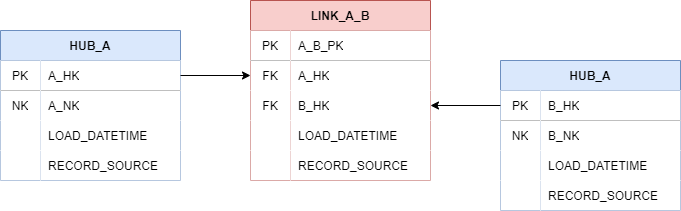
This is docs/assets/images/basic_hub_link.png from Datavault-UK/automate-dv-docs, a draw.io export, as it was before one commit. Source tidied: cells renumbered, new cells last; positions are measured from the earlier drawing's top-left corner, leaving out a move shared by most shapes.
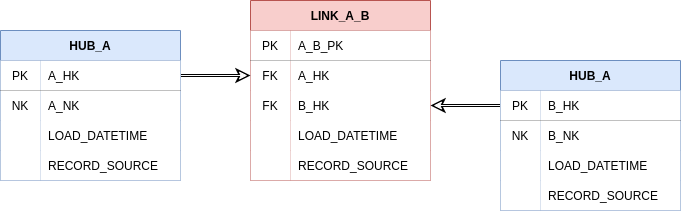
After the commit.

Commit message:
Minor diagram changes so they work in dark mode

What changed in the source:
```diff
@@ -2,137 +2,149 @@
   <root>
     <mxCell id="0" />
     <mxCell id="1" parent="0" />
-    <mxCell id="2" value="HUB_A" style="shape=table;startSize=30;rowLines=0;fontStyle=1;align=center;fillColor=#dae8fc;strokeColor=#6c8ebf;swimlaneFillColor=none;" parent="1" vertex="1">
-      <mxGeometry y="30" width="180" height="150" as="geometry" />
-    </mxCell>
-    <mxCell id="3" style="shape=partialRectangle;html=1;whiteSpace=wrap;fillColor=none;top=0;left=0;bottom=1;right=0;points=[[0,0.5],[1,0.5]];portConstraint=eastwest;" parent="2" vertex="1">
-      <mxGeometry y="30" width="180" height="30" as="geometry" />
-    </mxCell>
-    <mxCell id="4" value="PK" style="shape=partialRectangle;html=1;whiteSpace=wrap;fillColor=default;top=0;left=0;bottom=0;right=0;overflow=hidden;" parent="3" vertex="1">
-      <mxGeometry width="40" height="30" as="geometry" />
-    </mxCell>
-    <mxCell id="5" value="A_HK" style="shape=partialRectangle;html=1;whiteSpace=wrap;fillColor=default;top=0;left=0;bottom=0;right=0;align=left;spacingLeft=6;overflow=hidden;" parent="3" vertex="1">
-      <mxGeometry x="40" width="140" height="30" as="geometry" />
-    </mxCell>
-    <mxCell id="6" style="shape=partialRectangle;html=1;whiteSpace=wrap;fillColor=none;top=0;left=0;bottom=0;right=0;" parent="2" vertex="1">
-      <mxGeometry y="60" width="180" height="30" as="geometry" />
-    </mxCell>
-    <mxCell id="7" value="NK" style="shape=partialRectangle;html=1;whiteSpace=wrap;fillColor=default;top=0;left=0;bottom=0;right=0;overflow=hidden;" parent="6" vertex="1">
-      <mxGeometry width="40" height="30" as="geometry" />
-    </mxCell>
-    <mxCell id="8" value="A_NK" style="shape=partialRectangle;html=1;whiteSpace=wrap;fillColor=default;top=0;left=0;bottom=0;right=0;align=left;spacingLeft=6;overflow=hidden;" parent="6" vertex="1">
-      <mxGeometry x="40" width="140" height="30" as="geometry" />
-    </mxCell>
-    <mxCell id="9" style="shape=partialRectangle;html=1;whiteSpace=wrap;fillColor=none;top=0;left=0;bottom=0;right=0;" parent="2" vertex="1">
-      <mxGeometry y="90" width="180" height="30" as="geometry" />
-    </mxCell>
-    <mxCell id="10" style="shape=partialRectangle;html=1;whiteSpace=wrap;fillColor=default;top=0;left=0;bottom=0;right=0;overflow=hidden;" parent="9" vertex="1">
-      <mxGeometry width="40" height="30" as="geometry" />
-    </mxCell>
-    <mxCell id="11" value="LOAD_DATETIME" style="shape=partialRectangle;html=1;whiteSpace=wrap;fillColor=default;top=0;left=0;bottom=0;right=0;align=left;spacingLeft=6;overflow=hidden;" parent="9" vertex="1">
-      <mxGeometry x="40" width="140" height="30" as="geometry" />
-    </mxCell>
-    <mxCell id="12" style="shape=partialRectangle;html=1;whiteSpace=wrap;fillColor=none;top=0;left=0;bottom=0;right=0;" parent="2" vertex="1">
-      <mxGeometry y="120" width="180" height="30" as="geometry" />
-    </mxCell>
-    <mxCell id="13" style="shape=partialRectangle;html=1;whiteSpace=wrap;fillColor=default;top=0;left=0;bottom=0;right=0;overflow=hidden;" parent="12" vertex="1">
-      <mxGeometry width="40" height="30" as="geometry" />
-    </mxCell>
-    <mxCell id="14" value="RECORD_SOURCE" style="shape=partialRectangle;html=1;whiteSpace=wrap;fillColor=default;top=0;left=0;bottom=0;right=0;align=left;spacingLeft=6;overflow=hidden;" parent="12" vertex="1">
-      <mxGeometry x="40" width="140" height="30" as="geometry" />
-    </mxCell>
-    <mxCell id="15" value="LINK_A_B" style="shape=table;startSize=30;rowLines=0;fontStyle=1;align=center;fillColor=#f8cecc;strokeColor=#b85450;swimlaneFillColor=none;" parent="1" vertex="1">
+    <mxCell id="15" value="LINK_A_B" style="shape=table;startSize=30;rowLines=0;fontStyle=1;align=center;swimlaneFillColor=none;fillColor=#f8cecc;strokeColor=#b85450;" parent="1" vertex="1">
       <mxGeometry x="250" width="180" height="180" as="geometry" />
     </mxCell>
     <mxCell id="16" style="shape=partialRectangle;html=1;whiteSpace=wrap;fillColor=none;top=0;left=0;bottom=1;right=0;" parent="15" vertex="1">
       <mxGeometry y="30" width="180" height="30" as="geometry" />
     </mxCell>
-    <mxCell id="17" value="PK" style="shape=partialRectangle;html=1;whiteSpace=wrap;fillColor=default;top=0;left=0;bottom=0;right=0;overflow=hidden;" parent="16" vertex="1">
+    <mxCell id="17" value="PK" style="shape=partialRectangle;html=1;whiteSpace=wrap;top=0;left=0;bottom=0;right=0;overflow=hidden;" parent="16" vertex="1">
       <mxGeometry width="40" height="30" as="geometry" />
     </mxCell>
-    <mxCell id="18" value="A_B_PK" style="shape=partialRectangle;html=1;whiteSpace=wrap;fillColor=default;top=0;left=0;bottom=0;right=0;align=left;spacingLeft=6;overflow=hidden;" parent="16" vertex="1">
+    <mxCell id="18" value="A_B_PK" style="shape=partialRectangle;html=1;whiteSpace=wrap;top=0;left=0;bottom=0;right=0;align=left;spacingLeft=6;overflow=hidden;" parent="16" vertex="1">
       <mxGeometry x="40" width="140" height="30" as="geometry" />
     </mxCell>
     <mxCell id="19" style="shape=partialRectangle;html=1;whiteSpace=wrap;fillColor=none;top=0;left=0;bottom=0;right=0;points=[[0,0.5],[1,0.5]];portConstraint=eastwest;" parent="15" vertex="1">
       <mxGeometry y="60" width="180" height="30" as="geometry" />
     </mxCell>
-    <mxCell id="20" value="FK" style="shape=partialRectangle;html=1;whiteSpace=wrap;fillColor=default;top=0;left=0;bottom=0;right=0;overflow=hidden;" parent="19" vertex="1">
+    <mxCell id="20" value="FK" style="shape=partialRectangle;html=1;whiteSpace=wrap;top=0;left=0;bottom=0;right=0;overflow=hidden;" parent="19" vertex="1">
       <mxGeometry width="40" height="30" as="geometry" />
     </mxCell>
-    <mxCell id="21" value="A_HK" style="shape=partialRectangle;html=1;whiteSpace=wrap;fillColor=default;top=0;left=0;bottom=0;right=0;align=left;spacingLeft=6;overflow=hidden;" parent="19" vertex="1">
+    <mxCell id="21" value="A_HK" style="shape=partialRectangle;html=1;whiteSpace=wrap;top=0;left=0;bottom=0;right=0;align=left;spacingLeft=6;overflow=hidden;" parent="19" vertex="1">
       <mxGeometry x="40" width="140" height="30" as="geometry" />
     </mxCell>
     <mxCell id="22" style="shape=partialRectangle;html=1;whiteSpace=wrap;fillColor=none;top=0;left=0;bottom=0;right=0;points=[[0,0.5],[1,0.5]];portConstraint=eastwest;" parent="15" vertex="1">
       <mxGeometry y="90" width="180" height="30" as="geometry" />
     </mxCell>
-    <mxCell id="23" value="FK" style="shape=partialRectangle;html=1;whiteSpace=wrap;fillColor=default;top=0;left=0;bottom=0;right=0;overflow=hidden;" parent="22" vertex="1">
+    <mxCell id="23" value="FK" style="shape=partialRectangle;html=1;whiteSpace=wrap;top=0;left=0;bottom=0;right=0;overflow=hidden;" parent="22" vertex="1">
       <mxGeometry width="40" height="30" as="geometry" />
     </mxCell>
-    <mxCell id="24" value="B_HK" style="shape=partialRectangle;html=1;whiteSpace=wrap;fillColor=default;top=0;left=0;bottom=0;right=0;align=left;spacingLeft=6;overflow=hidden;" parent="22" vertex="1">
+    <mxCell id="24" value="B_HK" style="shape=partialRectangle;html=1;whiteSpace=wrap;top=0;left=0;bottom=0;right=0;align=left;spacingLeft=6;overflow=hidden;" parent="22" vertex="1">
       <mxGeometry x="40" width="140" height="30" as="geometry" />
     </mxCell>
     <mxCell id="25" style="shape=partialRectangle;html=1;whiteSpace=wrap;fillColor=none;top=0;left=0;bottom=0;right=0;" parent="15" vertex="1">
       <mxGeometry y="120" width="180" height="30" as="geometry" />
     </mxCell>
-    <mxCell id="26" style="shape=partialRectangle;html=1;whiteSpace=wrap;fillColor=default;top=0;left=0;bottom=0;right=0;overflow=hidden;" parent="25" vertex="1">
+    <mxCell id="26" style="shape=partialRectangle;html=1;whiteSpace=wrap;top=0;left=0;bottom=0;right=0;overflow=hidden;" parent="25" vertex="1">
       <mxGeometry width="40" height="30" as="geometry" />
     </mxCell>
-    <mxCell id="27" value="LOAD_DATETIME" style="shape=partialRectangle;html=1;whiteSpace=wrap;fillColor=default;top=0;left=0;bottom=0;right=0;align=left;spacingLeft=6;overflow=hidden;" parent="25" vertex="1">
+    <mxCell id="27" value="LOAD_DATETIME" style="shape=partialRectangle;html=1;whiteSpace=wrap;top=0;left=0;bottom=0;right=0;align=left;spacingLeft=6;overflow=hidden;" parent="25" vertex="1">
       <mxGeometry x="40" width="140" height="30" as="geometry" />
     </mxCell>
     <mxCell id="28" style="shape=partialRectangle;html=1;whiteSpace=wrap;fillColor=none;top=0;left=0;bottom=0;right=0;" parent="15" vertex="1">
       <mxGeometry y="150" width="180" height="30" as="geometry" />
     </mxCell>
-    <mxCell id="29" style="shape=partialRectangle;html=1;whiteSpace=wrap;fillColor=default;top=0;left=0;bottom=0;right=0;overflow=hidden;" parent="28" vertex="1">
+    <mxCell id="29" style="shape=partialRectangle;html=1;whiteSpace=wrap;top=0;left=0;bottom=0;right=0;overflow=hidden;" parent="28" vertex="1">
       <mxGeometry width="40" height="30" as="geometry" />
     </mxCell>
-    <mxCell id="30" value="RECORD_SOURCE" style="shape=partialRectangle;html=1;whiteSpace=wrap;fillColor=default;top=0;left=0;bottom=0;right=0;align=left;spacingLeft=6;overflow=hidden;" parent="28" vertex="1">
+    <mxCell id="30" value="RECORD_SOURCE" style="shape=partialRectangle;html=1;whiteSpace=wrap;top=0;left=0;bottom=0;right=0;align=left;spacingLeft=6;overflow=hidden;" parent="28" vertex="1">
       <mxGeometry x="40" width="140" height="30" as="geometry" />
     </mxCell>
-    <mxCell id="31" style="edgeStyle=orthogonalEdgeStyle;rounded=0;jettySize=auto;html=1;exitX=1;exitY=0.5;exitDx=0;exitDy=0;entryX=0;entryY=0.5;entryDx=0;entryDy=0;labelBackgroundColor=default;" parent="1" edge="1" source="3" target="19">
+    <mxCell id="31" style="edgeStyle=orthogonalEdgeStyle;rounded=0;jettySize=auto;html=1;exitX=1;exitY=0.5;exitDx=0;exitDy=0;entryX=0;entryY=0.5;entryDx=0;entryDy=0;strokeWidth=3;" parent="1" edge="1" source="3" target="19">
       <mxGeometry relative="1" as="geometry" />
     </mxCell>
+    <mxCell id="45" style="edgeStyle=orthogonalEdgeStyle;rounded=0;jettySize=auto;html=1;exitX=0;exitY=0.5;exitDx=0;exitDy=0;entryX=1;entryY=0.5;entryDx=0;entryDy=0;strokeWidth=3;" parent="1" edge="1" source="33" target="22">
+      <mxGeometry relative="1" as="geometry" />
+    </mxCell>
+    <mxCell id="46" style="edgeStyle=orthogonalEdgeStyle;rounded=0;orthogonalLoop=1;jettySize=auto;html=1;exitX=1;exitY=0.5;exitDx=0;exitDy=0;entryX=0;entryY=0.5;entryDx=0;entryDy=0;strokeWidth=1;strokeColor=#FCFCFC;" parent="1" edge="1">
+      <mxGeometry relative="1" as="geometry">
+        <mxPoint x="177" y="75" as="sourcePoint" />
+        <mxPoint x="247" y="75" as="targetPoint" />
+      </mxGeometry>
+    </mxCell>
+    <mxCell id="2" value="HUB_A" style="shape=table;startSize=30;rowLines=0;fontStyle=1;align=center;swimlaneFillColor=none;fillColor=#dae8fc;strokeColor=#6c8ebf;" parent="1" vertex="1">
+      <mxGeometry y="30" width="180" height="150" as="geometry" />
+    </mxCell>
+    <mxCell id="3" style="shape=partialRectangle;html=1;whiteSpace=wrap;fillColor=none;top=0;left=0;bottom=1;right=0;points=[[0,0.5],[1,0.5]];portConstraint=eastwest;" parent="2" vertex="1">
+      <mxGeometry y="30" width="180" height="30" as="geometry" />
+    </mxCell>
+    <mxCell id="4" value="PK" style="shape=partialRectangle;html=1;whiteSpace=wrap;top=0;left=0;bottom=0;right=0;overflow=hidden;" parent="3" vertex="1">
+      <mxGeometry width="40" height="30" as="geometry" />
+    </mxCell>
+    <mxCell id="5" value="A_HK" style="shape=partialRectangle;html=1;whiteSpace=wrap;top=0;left=0;bottom=0;right=0;align=left;spacingLeft=6;overflow=hidden;" parent="3" vertex="1">
+      <mxGeometry x="40" width="140" height="30" as="geometry" />
+    </mxCell>
+    <mxCell id="6" style="shape=partialRectangle;html=1;whiteSpace=wrap;fillColor=none;top=0;left=0;bottom=0;right=0;" parent="2" vertex="1">
+      <mxGeometry y="60" width="180" height="30" as="geometry" />
+    </mxCell>
+    <mxCell id="7" value="NK" style="shape=partialRectangle;html=1;whiteSpace=wrap;top=0;left=0;bottom=0;right=0;overflow=hidden;" parent="6" vertex="1">
+      <mxGeometry width="40" height="30" as="geometry" />
+    </mxCell>
+    <mxCell id="8" value="A_NK" style="shape=partialRectangle;html=1;whiteSpace=wrap;top=0;left=0;bottom=0;right=0;align=left;spacingLeft=6;overflow=hidden;" parent="6" vertex="1">
+      <mxGeometry x="40" width="140" height="30" as="geometry" />
+    </mxCell>
+    <mxCell id="9" style="shape=partialRectangle;html=1;whiteSpace=wrap;fillColor=none;top=0;left=0;bottom=0;right=0;" parent="2" vertex="1">
+      <mxGeometry y="90" width="180" height="30" as="geometry" />
+    </mxCell>
+    <mxCell id="10" style="shape=partialRectangle;html=1;whiteSpace=wrap;top=0;left=0;bottom=0;right=0;overflow=hidden;" parent="9" vertex="1">
+      <mxGeometry width="40" height="30" as="geometry" />
+    </mxCell>
+    <mxCell id="11" value="LOAD_DATETIME" style="shape=partialRectangle;html=1;whiteSpace=wrap;top=0;left=0;bottom=0;right=0;align=left;spacingLeft=6;overflow=hidden;" parent="9" vertex="1">
+      <mxGeometry x="40" width="140" height="30" as="geometry" />
+    </mxCell>
+    <mxCell id="12" style="shape=partialRectangle;html=1;whiteSpace=wrap;fillColor=none;top=0;left=0;bottom=0;right=0;" parent="2" vertex="1">
+      <mxGeometry y="120" width="180" height="30" as="geometry" />
+    </mxCell>
+    <mxCell id="13" style="shape=partialRectangle;html=1;whiteSpace=wrap;top=0;left=0;bottom=0;right=0;overflow=hidden;" parent="12" vertex="1">
+      <mxGeometry width="40" height="30" as="geometry" />
+    </mxCell>
+    <mxCell id="14" value="RECORD_SOURCE" style="shape=partialRectangle;html=1;whiteSpace=wrap;top=0;left=0;bottom=0;right=0;align=left;spacingLeft=6;overflow=hidden;" parent="12" vertex="1">
+      <mxGeometry x="40" width="140" height="30" as="geometry" />
+    </mxCell>
+    <mxCell id="47" style="edgeStyle=orthogonalEdgeStyle;rounded=0;orthogonalLoop=1;jettySize=auto;html=1;exitX=1;exitY=0.5;exitDx=0;exitDy=0;entryX=0;entryY=0.5;entryDx=0;entryDy=0;strokeWidth=1;strokeColor=#FCFCFC;startArrow=classic;startFill=1;endArrow=none;endFill=0;" parent="1" edge="1">
+      <mxGeometry relative="1" as="geometry">
+        <mxPoint x="433" y="105" as="sourcePoint" />
+        <mxPoint x="503" y="105" as="targetPoint" />
+      </mxGeometry>
+    </mxCell>
-    <mxCell id="32" value="HUB_A" style="shape=table;startSize=30;rowLines=0;fontStyle=1;align=center;fillColor=#dae8fc;strokeColor=#6c8ebf;swimlaneFillColor=none;" parent="1" vertex="1">
+    <mxCell id="32" value="HUB_A" style="shape=table;startSize=30;rowLines=0;fontStyle=1;align=center;swimlaneFillColor=none;fillColor=#dae8fc;strokeColor=#6c8ebf;" parent="1" vertex="1">
       <mxGeometry x="500" y="60" width="180" height="150" as="geometry" />
     </mxCell>
     <mxCell id="33" style="shape=partialRectangle;html=1;whiteSpace=wrap;fillColor=none;top=0;left=0;bottom=1;right=0;points=[[0,0.5],[1,0.5]];portConstraint=eastwest;" parent="32" vertex="1">
       <mxGeometry y="30" width="180" height="30" as="geometry" />
     </mxCell>
-    <mxCell id="34" value="PK" style="shape=partialRectangle;html=1;whiteSpace=wrap;fillColor=default;top=0;left=0;bottom=0;right=0;overflow=hidden;" parent="33" vertex="1">
+    <mxCell id="34" value="PK" style="shape=partialRectangle;html=1;whiteSpace=wrap;top=0;left=0;bottom=0;right=0;overflow=hidden;" parent="33" vertex="1">
       <mxGeometry width="40" height="30" as="geometry" />
     </mxCell>
-    <mxCell id="35" value="B_HK" style="shape=partialRectangle;html=1;whiteSpace=wrap;fillColor=default;top=0;left=0;bottom=0;right=0;align=left;spacingLeft=6;overflow=hidden;" parent="33" vertex="1">
+    <mxCell id="35" value="B_HK" style="shape=partialRectangle;html=1;whiteSpace=wrap;top=0;left=0;bottom=0;right=0;align=left;spacingLeft=6;overflow=hidden;" parent="33" vertex="1">
       <mxGeometry x="40" width="140" height="30" as="geometry" />
     </mxCell>
     <mxCell id="36" style="shape=partialRectangle;html=1;whiteSpace=wrap;fillColor=none;top=0;left=0;bottom=0;right=0;" parent="32" vertex="1">
       <mxGeometry y="60" width="180" height="30" as="geometry" />
     </mxCell>
-    <mxCell id="37" value="NK" style="shape=partialRectangle;html=1;whiteSpace=wrap;fillColor=default;top=0;left=0;bottom=0;right=0;overflow=hidden;" parent="36" vertex="1">
+    <mxCell id="37" value="NK" style="shape=partialRectangle;html=1;whiteSpace=wrap;top=0;left=0;bottom=0;right=0;overflow=hidden;" parent="36" vertex="1">
       <mxGeometry width="40" height="30" as="geometry" />
     </mxCell>
-    <mxCell id="38" value="B_NK" style="shape=partialRectangle;html=1;whiteSpace=wrap;fillColor=default;top=0;left=0;bottom=0;right=0;align=left;spacingLeft=6;overflow=hidden;" parent="36" vertex="1">
+    <mxCell id="38" value="B_NK" style="shape=partialRectangle;html=1;whiteSpace=wrap;top=0;left=0;bottom=0;right=0;align=left;spacingLeft=6;overflow=hidden;" parent="36" vertex="1">
       <mxGeometry x="40" width="140" height="30" as="geometry" />
     </mxCell>
     <mxCell id="39" style="shape=partialRectangle;html=1;whiteSpace=wrap;fillColor=none;top=0;left=0;bottom=0;right=0;" parent="32" vertex="1">
       <mxGeometry y="90" width="180" height="30" as="geometry" />
     </mxCell>
-    <mxCell id="40" style="shape=partialRectangle;html=1;whiteSpace=wrap;fillColor=default;top=0;left=0;bottom=0;right=0;overflow=hidden;" parent="39" vertex="1">
+    <mxCell id="40" style="shape=partialRectangle;html=1;whiteSpace=wrap;top=0;left=0;bottom=0;right=0;overflow=hidden;" parent="39" vertex="1">
       <mxGeometry width="40" height="30" as="geometry" />
     </mxCell>
-    <mxCell id="41" value="LOAD_DATETIME" style="shape=partialRectangle;html=1;whiteSpace=wrap;fillColor=default;top=0;left=0;bottom=0;right=0;align=left;spacingLeft=6;overflow=hidden;" parent="39" vertex="1">
+    <mxCell id="41" value="LOAD_DATETIME" style="shape=partialRectangle;html=1;whiteSpace=wrap;top=0;left=0;bottom=0;right=0;align=left;spacingLeft=6;overflow=hidden;" parent="39" vertex="1">
       <mxGeometry x="40" width="140" height="30" as="geometry" />
     </mxCell>
     <mxCell id="42" style="shape=partialRectangle;html=1;whiteSpace=wrap;fillColor=none;top=0;left=0;bottom=0;right=0;" parent="32" vertex="1">
       <mxGeometry y="120" width="180" height="30" as="geometry" />
     </mxCell>
-    <mxCell id="43" style="shape=partialRectangle;html=1;whiteSpace=wrap;fillColor=default;top=0;left=0;bottom=0;right=0;overflow=hidden;" parent="42" vertex="1">
+    <mxCell id="43" style="shape=partialRectangle;html=1;whiteSpace=wrap;top=0;left=0;bottom=0;right=0;overflow=hidden;" parent="42" vertex="1">
       <mxGeometry width="40" height="30" as="geometry" />
     </mxCell>
-    <mxCell id="44" value="RECORD_SOURCE" style="shape=partialRectangle;html=1;whiteSpace=wrap;fillColor=default;top=0;left=0;bottom=0;right=0;align=left;spacingLeft=6;overflow=hidden;" parent="42" vertex="1">
+    <mxCell id="44" value="RECORD_SOURCE" style="shape=partialRectangle;html=1;whiteSpace=wrap;top=0;left=0;bottom=0;right=0;align=left;spacingLeft=6;overflow=hidden;" parent="42" vertex="1">
       <mxGeometry x="40" width="140" height="30" as="geometry" />
     </mxCell>
-    <mxCell id="45" style="edgeStyle=orthogonalEdgeStyle;rounded=0;jettySize=auto;html=1;exitX=0;exitY=0.5;exitDx=0;exitDy=0;entryX=1;entryY=0.5;entryDx=0;entryDy=0;" parent="1" edge="1" source="33" target="22">
-      <mxGeometry relative="1" as="geometry" />
-    </mxCell>
   </root>
 </mxGraphModel>
```
